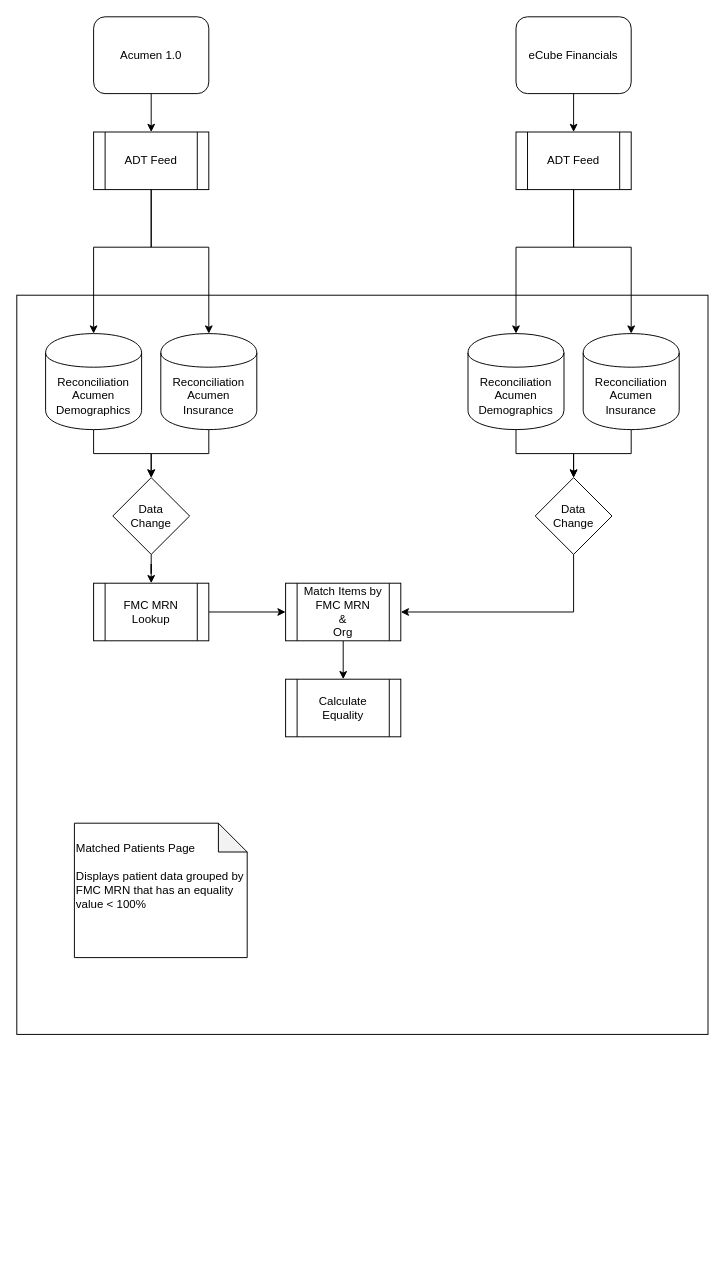
Above: page "Current" (1 of 2) of Kiwi.drawio in rgmoore/drawio (draw.io), before the change. Source tidied: cells renumbered, new cells numbered last; positions are measured from the earlier drawing's top-left corner, leaving out a move shared by most shapes. Both pictures are drawn from the tidied source at 96%, with x=0, y=0 at pixel (16, 16).
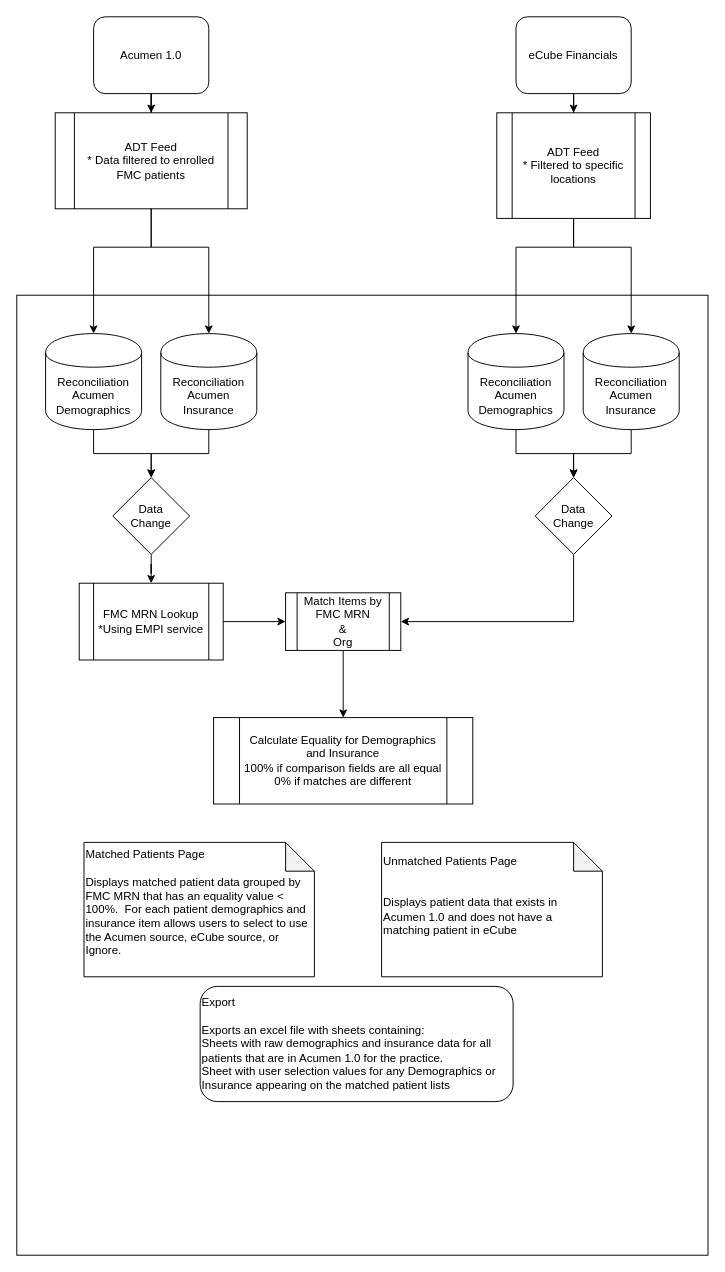
Above is the later version.

Unchanged cells that the change refers to:
```xml
<mxCell id="21" value="Data&lt;br&gt;Change" style="rhombus;whiteSpace=wrap;html=1;" parent="1" vertex="1">
  <mxGeometry x="100" y="480" width="80" height="80" as="geometry" />
</mxCell>
<mxCell id="23" value="Data&lt;br&gt;Change" style="rhombus;whiteSpace=wrap;html=1;" parent="1" vertex="1">
  <mxGeometry x="540" y="480" width="80" height="80" as="geometry" />
</mxCell>
```

The edit, as a diff of the source:
```diff
@@
-    <mxCell id="6" value="ADT Feed" style="shape=process;whiteSpace=wrap;html=1;backgroundOutline=1;" parent="1" vertex="1">
-      <mxGeometry x="520" y="120" width="120" height="60" as="geometry" />
+    <mxCell id="6" value="ADT Feed&lt;br&gt;* Filtered to specific locations" style="shape=process;whiteSpace=wrap;html=1;backgroundOutline=1;" parent="1" vertex="1">
+      <mxGeometry x="500" y="100" width="160" height="110" as="geometry" />
     </mxCell>
-    <mxCell id="7" value="ADT Feed" style="shape=process;whiteSpace=wrap;html=1;backgroundOutline=1;" parent="1" vertex="1">
-      <mxGeometry x="80" y="120" width="120" height="60" as="geometry" />
+    <mxCell id="7" value="ADT Feed&lt;br&gt;* Data filtered to enrolled FMC patients" style="shape=process;whiteSpace=wrap;html=1;backgroundOutline=1;" parent="1" vertex="1">
+      <mxGeometry x="40" y="100" width="200" height="100" as="geometry" />
     </mxCell>
     <mxCell id="8" style="rounded=0;whiteSpace=wrap;html=1;" parent="1" vertex="1">
-      <mxGeometry y="290" width="720" height="770" as="geometry" />
+      <mxGeometry y="290" width="720" height="1000" as="geometry" />
     </mxCell>
@@
-    <mxCell id="20" style="edgeStyle=orthogonalEdgeStyle;rounded=0;jettySize=auto;html=1;" parent="1" edge="1" source="21" target="27">
+    <mxCell id="20" style="edgeStyle=orthogonalEdgeStyle;rounded=0;jettySize=auto;html=1;exitX=0.5;exitY=1;exitDx=0;exitDy=0;" parent="1" edge="1" source="21" target="27">
       <mxGeometry relative="1" as="geometry" />
     </mxCell>
@@
-    <mxCell id="22" style="edgeStyle=orthogonalEdgeStyle;rounded=0;jettySize=auto;html=1;entryX=1;entryY=0.5;entryDx=0;entryDy=0;" parent="1" edge="1" source="23" target="25">
+    <mxCell id="22" style="edgeStyle=orthogonalEdgeStyle;rounded=0;jettySize=auto;html=1;entryX=1;entryY=0.5;entryDx=0;entryDy=0;exitX=0.5;exitY=1;exitDx=0;exitDy=0;" parent="1" edge="1" source="23" target="25">
       <mxGeometry relative="1" as="geometry">
         <Array as="points">
-          <mxPoint x="580" y="620" />
+          <mxPoint x="580" y="630" />
         </Array>
       </mxGeometry>
     </mxCell>
@@
     <mxCell id="25" value="Match Items by FMC MRN&lt;br&gt;&amp;amp;&lt;br&gt;Org" style="shape=process;whiteSpace=wrap;html=1;backgroundOutline=1;" parent="1" vertex="1">
-      <mxGeometry x="280" y="590" width="120" height="60" as="geometry" />
+      <mxGeometry x="280" y="600" width="120" height="60" as="geometry" />
     </mxCell>
@@
-    <mxCell id="27" value="FMC MRN Lookup" style="shape=process;whiteSpace=wrap;html=1;backgroundOutline=1;" parent="1" vertex="1">
-      <mxGeometry x="80" y="590" width="120" height="60" as="geometry" />
+    <mxCell id="27" value="FMC MRN Lookup&lt;br&gt;*Using EMPI service&lt;br&gt;" style="shape=process;whiteSpace=wrap;html=1;backgroundOutline=1;" parent="1" vertex="1">
+      <mxGeometry x="65" y="590" width="150" height="80" as="geometry" />
     </mxCell>
@@
-    <mxCell id="29" value="Calculate Equality" style="shape=process;whiteSpace=wrap;html=1;backgroundOutline=1;" parent="1" vertex="1">
-      <mxGeometry x="280" y="690" width="120" height="60" as="geometry" />
+    <mxCell id="29" value="Calculate Equality for Demographics and Insurance&lt;br&gt;100% if comparison fields are all equal&lt;br&gt;0% if matches are different" style="shape=process;whiteSpace=wrap;html=1;backgroundOutline=1;" parent="1" vertex="1">
+      <mxGeometry x="205" y="730" width="270" height="90" as="geometry" />
     </mxCell>
-    <mxCell id="30" value="&lt;div&gt;&lt;span&gt;Matched Patients Page&lt;/span&gt;&lt;/div&gt;&lt;div&gt;&lt;span&gt;&lt;br&gt;&lt;/span&gt;&lt;/div&gt;&lt;div&gt;&lt;span&gt;Displays patient data grouped by FMC MRN that has an equality value &amp;lt; 100%&lt;br&gt;&lt;br&gt;&lt;br&gt;&lt;/span&gt;&lt;/div&gt;" style="shape=note;whiteSpace=wrap;html=1;backgroundOutline=1;darkOpacity=0.05;align=left;" parent="1" vertex="1">
-      <mxGeometry x="60" y="840" width="180" height="140" as="geometry" />
+    <mxCell id="30" value="&lt;div&gt;&lt;span&gt;Matched Patients Page&lt;/span&gt;&lt;/div&gt;&lt;div&gt;&lt;span&gt;&lt;br&gt;&lt;/span&gt;&lt;/div&gt;&lt;div&gt;&lt;span&gt;Displays matched patient data grouped by FMC MRN that has an equality value &amp;lt; 100%.&amp;nbsp; For each patient demographics and insurance item allows users to select to use the Acumen source, eCube source, or Ignore.&lt;br&gt;&lt;br&gt;&lt;/span&gt;&lt;/div&gt;" style="shape=note;whiteSpace=wrap;html=1;backgroundOutline=1;darkOpacity=0.05;align=left;" parent="1" vertex="1">
+      <mxGeometry x="70" y="860" width="240" height="140" as="geometry" />
     </mxCell>
+    <mxCell id="31" value="&lt;div&gt;&lt;span&gt;Unmatched Patients Page&lt;/span&gt;&lt;/div&gt;&lt;div&gt;&lt;span&gt;&lt;br&gt;&lt;/span&gt;&lt;/div&gt;&lt;div&gt;&lt;span&gt;&lt;br&gt;&lt;/span&gt;&lt;/div&gt;&lt;div&gt;&lt;span&gt;Displays patient data that exists in Acumen 1.0 and does not have a matching patient in eCube&lt;br&gt;&lt;br&gt;&lt;br&gt;&lt;/span&gt;&lt;/div&gt;" style="shape=note;whiteSpace=wrap;html=1;backgroundOutline=1;darkOpacity=0.05;align=left;" parent="1" vertex="1">
+      <mxGeometry x="380" y="860" width="230" height="140" as="geometry" />
+    </mxCell>
+    <mxCell id="32" value="Export&lt;br&gt;&lt;br&gt;Exports an excel file with sheets containing:&lt;br&gt;Sheets with raw demographics and insurance data for all patients that are in Acumen 1.0 for the practice.&amp;nbsp;&lt;br&gt;Sheet with user selection values for any Demographics or Insurance appearing on the matched patient lists" style="rounded=1;whiteSpace=wrap;html=1;align=left;" parent="1" vertex="1">
+      <mxGeometry x="191" y="1010" width="326" height="120" as="geometry" />
+    </mxCell>
```
